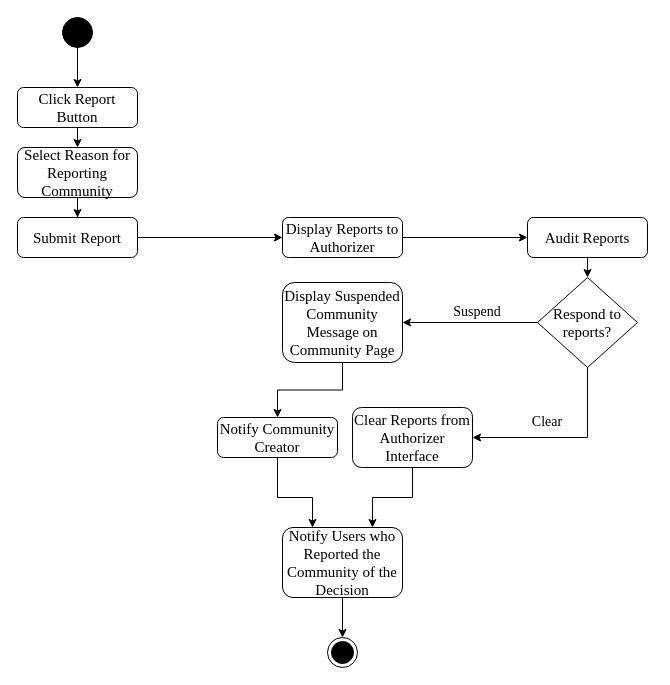
This is page "UserFeedback" (10 of 12) of ConnexUs_Chap3.drawio from gvillanueva01/ConnexUs_diagrams, a draw.io file, before an edit. Source tidied: cells renumbered, new cells numbered last; positions are measured from the earlier drawing's top-left corner, leaving out a move shared by most shapes. Both pictures are drawn from the tidied source at 100%, with x=0, y=0 at pixel (17, 17).
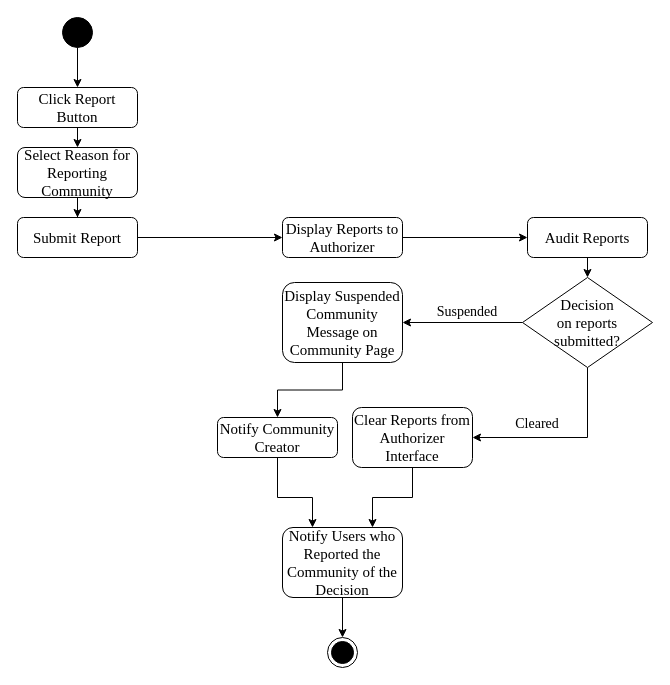
The same page after the edit.

What changed in the source:
```diff
@@
-    <mxCell id="8" value="&lt;font face=&quot;Times New Roman&quot; style=&quot;font-size: 15px;&quot;&gt;Respond to reports?&lt;/font&gt;" style="shape=rhombus;html=1;dashed=0;whiteSpace=wrap;perimeter=rhombusPerimeter;fontSize=15;" parent="1" vertex="1">
-      <mxGeometry x="520" y="260" width="100" height="90" as="geometry" />
+    <mxCell id="8" value="&lt;font face=&quot;Times New Roman&quot;&gt;Decision &lt;br&gt;on reports &lt;br&gt;submitted?&lt;/font&gt;" style="shape=rhombus;html=1;dashed=0;whiteSpace=wrap;perimeter=rhombusPerimeter;fontSize=15;" parent="1" vertex="1">
+      <mxGeometry x="505" y="260" width="130" height="90" as="geometry" />
     </mxCell>
@@
-    <mxCell id="25" value="Suspend" style="text;html=1;strokeColor=none;fillColor=none;align=center;verticalAlign=middle;whiteSpace=wrap;rounded=0;fontFamily=Times New Roman;fontSize=14;" parent="1" vertex="1">
-      <mxGeometry x="430" y="280" width="60" height="30" as="geometry" />
+    <mxCell id="25" value="Suspended" style="text;html=1;strokeColor=none;fillColor=none;align=center;verticalAlign=middle;whiteSpace=wrap;rounded=0;fontFamily=Times New Roman;fontSize=14;" parent="1" vertex="1">
+      <mxGeometry x="420" y="280" width="60" height="30" as="geometry" />
     </mxCell>
-    <mxCell id="26" value="Clear" style="text;html=1;strokeColor=none;fillColor=none;align=center;verticalAlign=middle;whiteSpace=wrap;rounded=0;fontFamily=Times New Roman;fontSize=14;" parent="1" vertex="1">
-      <mxGeometry x="500" y="390" width="60" height="30" as="geometry" />
+    <mxCell id="26" value="Cleared" style="text;html=1;strokeColor=none;fillColor=none;align=center;verticalAlign=middle;whiteSpace=wrap;rounded=0;fontFamily=Times New Roman;fontSize=14;" parent="1" vertex="1">
+      <mxGeometry x="490" y="392" width="60" height="30" as="geometry" />
     </mxCell>
```
